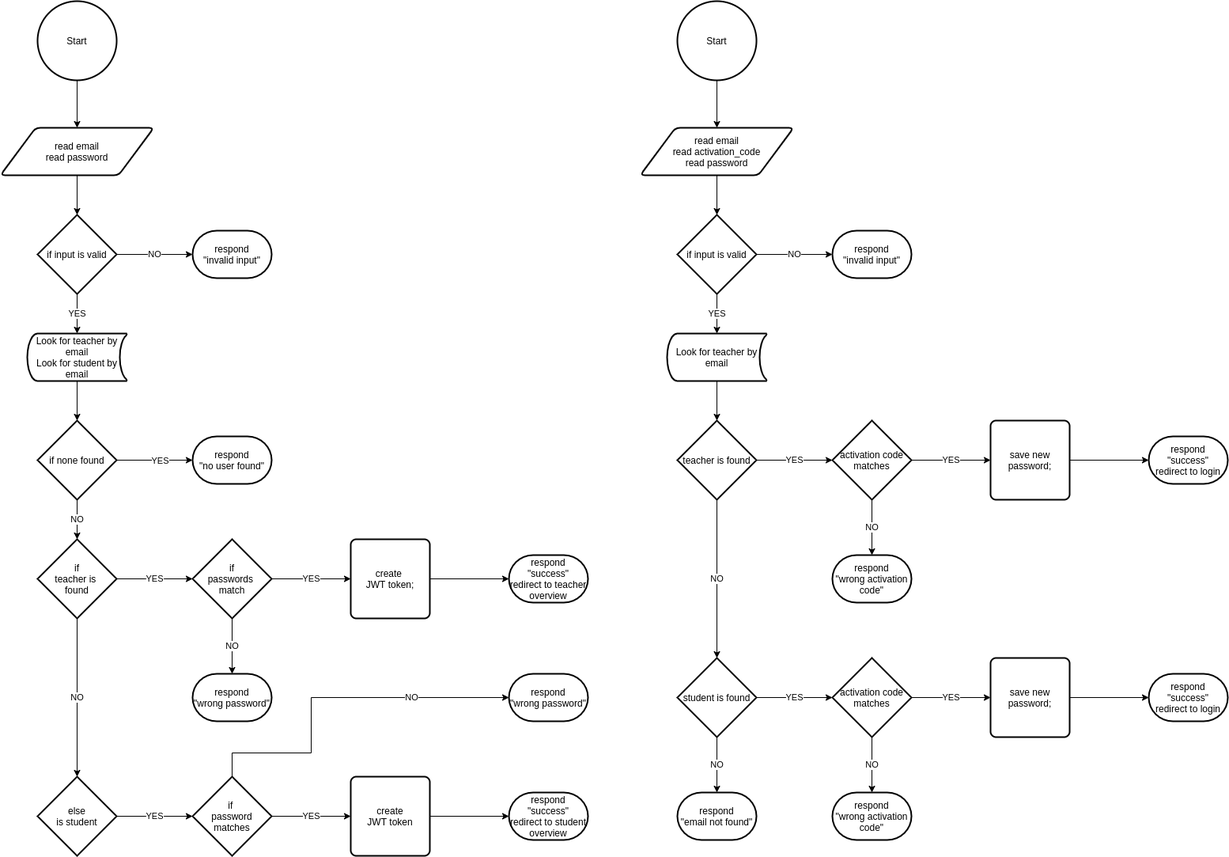
This is docs/auth-flowchart.drawio.png from stefanosAgelastos/multi-db-web-server, a draw.io export, as it was before one commit. Source tidied: cells renumbered, new cells last; positions are measured from the earlier drawing's top-left corner, leaving out a move shared by most shapes. Source of this version:
```xml
<mxGraphModel>
  <root>
    <mxCell id="0" />
    <mxCell id="1" parent="0" />
    <mxCell id="2" style="edgeStyle=orthogonalEdgeStyle;rounded=0;jettySize=auto;html=1;" parent="1" edge="1" source="3" target="5">
      <mxGeometry relative="1" as="geometry" />
    </mxCell>
    <mxCell id="3" value="Start" style="strokeWidth=2;html=1;shape=mxgraph.flowchart.start_2;whiteSpace=wrap;" parent="1" vertex="1">
      <mxGeometry x="47" width="100" height="100" as="geometry" />
    </mxCell>
    <mxCell id="4" style="edgeStyle=orthogonalEdgeStyle;rounded=0;jettySize=auto;html=1;entryX=0.5;entryY=0;entryDx=0;entryDy=0;entryPerimeter=0;" parent="1" edge="1" source="5" target="8">
      <mxGeometry relative="1" as="geometry" />
    </mxCell>
    <mxCell id="5" value="read email&lt;br&gt;read password" style="shape=parallelogram;html=1;strokeWidth=2;perimeter=parallelogramPerimeter;whiteSpace=wrap;rounded=1;arcSize=12;size=0.23;" parent="1" vertex="1">
      <mxGeometry y="160" width="194" height="60" as="geometry" />
    </mxCell>
    <mxCell id="6" value="NO" style="edgeStyle=orthogonalEdgeStyle;rounded=0;jettySize=auto;html=1;" parent="1" edge="1" source="8" target="9">
      <mxGeometry relative="1" as="geometry" />
    </mxCell>
    <mxCell id="7" value="YES" style="edgeStyle=orthogonalEdgeStyle;rounded=0;jettySize=auto;html=1;" parent="1" edge="1" source="8" target="34">
      <mxGeometry relative="1" as="geometry" />
    </mxCell>
    <mxCell id="8" value="if input is valid" style="strokeWidth=2;html=1;shape=mxgraph.flowchart.decision;whiteSpace=wrap;" parent="1" vertex="1">
      <mxGeometry x="47" y="270" width="100" height="100" as="geometry" />
    </mxCell>
    <mxCell id="9" value="respond&lt;br&gt;&quot;invalid input&quot;" style="strokeWidth=2;html=1;shape=mxgraph.flowchart.terminator;whiteSpace=wrap;" parent="1" vertex="1">
      <mxGeometry x="243" y="290" width="100" height="60" as="geometry" />
    </mxCell>
    <mxCell id="10" style="edgeStyle=orthogonalEdgeStyle;rounded=0;jettySize=auto;html=1;" parent="1" edge="1" source="11" target="37">
      <mxGeometry relative="1" as="geometry" />
    </mxCell>
    <mxCell id="11" value="Look for teacher by email" style="strokeWidth=2;html=1;shape=mxgraph.flowchart.stored_data;whiteSpace=wrap;" parent="1" vertex="1">
      <mxGeometry x="843" y="420" width="126" height="60" as="geometry" />
    </mxCell>
    <mxCell id="12" value="YES" style="edgeStyle=orthogonalEdgeStyle;rounded=0;jettySize=auto;html=1;entryX=0;entryY=0.5;entryDx=0;entryDy=0;entryPerimeter=0;" parent="1" edge="1" source="14" target="17">
      <mxGeometry relative="1" as="geometry" />
    </mxCell>
    <mxCell id="13" value="NO" style="edgeStyle=orthogonalEdgeStyle;rounded=0;jettySize=auto;html=1;entryX=0.5;entryY=0;entryDx=0;entryDy=0;entryPerimeter=0;" parent="1" edge="1" source="14" target="22">
      <mxGeometry relative="1" as="geometry" />
    </mxCell>
    <mxCell id="14" value="if&lt;br&gt;teacher is &lt;br&gt;found" style="strokeWidth=2;html=1;shape=mxgraph.flowchart.decision;whiteSpace=wrap;" parent="1" vertex="1">
      <mxGeometry x="47" y="680" width="100" height="100" as="geometry" />
    </mxCell>
    <mxCell id="15" value="YES" style="edgeStyle=orthogonalEdgeStyle;rounded=0;jettySize=auto;html=1;entryX=0;entryY=0.5;entryDx=0;entryDy=0;" parent="1" edge="1" source="17" target="19">
      <mxGeometry relative="1" as="geometry" />
    </mxCell>
    <mxCell id="16" value="NO" style="edgeStyle=orthogonalEdgeStyle;rounded=0;jettySize=auto;html=1;" parent="1" edge="1" source="17" target="63">
      <mxGeometry relative="1" as="geometry" />
    </mxCell>
    <mxCell id="17" value="if&lt;br&gt;passwords &lt;br&gt;match" style="strokeWidth=2;html=1;shape=mxgraph.flowchart.decision;whiteSpace=wrap;" parent="1" vertex="1">
      <mxGeometry x="243" y="680" width="100" height="100" as="geometry" />
    </mxCell>
    <mxCell id="18" style="edgeStyle=orthogonalEdgeStyle;rounded=0;jettySize=auto;html=1;" parent="1" edge="1" source="19" target="20">
      <mxGeometry relative="1" as="geometry" />
    </mxCell>
    <mxCell id="19" value="create &lt;br&gt;JWT token;" style="rounded=1;whiteSpace=wrap;html=1;absoluteArcSize=1;arcSize=14;strokeWidth=2;" parent="1" vertex="1">
      <mxGeometry x="443" y="680" width="100" height="100" as="geometry" />
    </mxCell>
    <mxCell id="20" value="respond&lt;br&gt;&quot;success&quot;&lt;br&gt;redirect to teacher&lt;br&gt;overview" style="strokeWidth=2;html=1;shape=mxgraph.flowchart.terminator;whiteSpace=wrap;" parent="1" vertex="1">
      <mxGeometry x="643" y="700" width="100" height="60" as="geometry" />
    </mxCell>
    <mxCell id="21" value="YES" style="edgeStyle=orthogonalEdgeStyle;rounded=0;jettySize=auto;html=1;" parent="1" edge="1" source="22" target="25">
      <mxGeometry relative="1" as="geometry" />
    </mxCell>
    <mxCell id="22" value="else&lt;br&gt;is student" style="strokeWidth=2;html=1;shape=mxgraph.flowchart.decision;whiteSpace=wrap;" parent="1" vertex="1">
      <mxGeometry x="47" y="980" width="100" height="100" as="geometry" />
    </mxCell>
    <mxCell id="23" value="YES" style="edgeStyle=orthogonalEdgeStyle;rounded=0;jettySize=auto;html=1;entryX=0;entryY=0.5;entryDx=0;entryDy=0;" parent="1" edge="1" source="25" target="27">
      <mxGeometry relative="1" as="geometry" />
    </mxCell>
    <mxCell id="24" value="NO" style="edgeStyle=orthogonalEdgeStyle;rounded=0;jettySize=auto;html=1;entryX=0;entryY=0.5;entryDx=0;entryDy=0;entryPerimeter=0;" parent="1" edge="1" source="25" target="64">
      <mxGeometry x="0.45" relative="1" as="geometry">
        <Array as="points">
          <mxPoint x="293" y="950" />
          <mxPoint x="393" y="950" />
          <mxPoint x="393" y="880" />
        </Array>
      </mxGeometry>
    </mxCell>
    <mxCell id="25" value="if &lt;br&gt;password matches" style="strokeWidth=2;html=1;shape=mxgraph.flowchart.decision;whiteSpace=wrap;" parent="1" vertex="1">
      <mxGeometry x="243" y="980" width="100" height="100" as="geometry" />
    </mxCell>
    <mxCell id="26" style="edgeStyle=orthogonalEdgeStyle;rounded=0;jettySize=auto;html=1;entryX=0;entryY=0.5;entryDx=0;entryDy=0;entryPerimeter=0;" parent="1" edge="1" source="27" target="28">
      <mxGeometry relative="1" as="geometry" />
    </mxCell>
    <mxCell id="27" value="create&lt;br&gt;JWT token" style="rounded=1;whiteSpace=wrap;html=1;absoluteArcSize=1;arcSize=14;strokeWidth=2;" parent="1" vertex="1">
      <mxGeometry x="443" y="980" width="100" height="100" as="geometry" />
    </mxCell>
    <mxCell id="28" value="respond&lt;br&gt;&quot;success&quot;&lt;br&gt;redirect to student&lt;br&gt;overview" style="strokeWidth=2;html=1;shape=mxgraph.flowchart.terminator;whiteSpace=wrap;" parent="1" vertex="1">
      <mxGeometry x="643" y="1000" width="100" height="60" as="geometry" />
    </mxCell>
    <mxCell id="29" value="NO" style="edgeStyle=orthogonalEdgeStyle;rounded=0;jettySize=auto;html=1;" parent="1" edge="1" source="31" target="32">
      <mxGeometry relative="1" as="geometry" />
    </mxCell>
    <mxCell id="30" value="YES" style="edgeStyle=orthogonalEdgeStyle;rounded=0;jettySize=auto;html=1;" parent="1" edge="1" source="31" target="11">
      <mxGeometry relative="1" as="geometry" />
    </mxCell>
    <mxCell id="31" value="if input is valid" style="strokeWidth=2;html=1;shape=mxgraph.flowchart.decision;whiteSpace=wrap;" parent="1" vertex="1">
      <mxGeometry x="856" y="270" width="100" height="100" as="geometry" />
    </mxCell>
    <mxCell id="32" value="respond&lt;br&gt;&quot;invalid input&quot;" style="strokeWidth=2;html=1;shape=mxgraph.flowchart.terminator;whiteSpace=wrap;" parent="1" vertex="1">
      <mxGeometry x="1052" y="290" width="100" height="60" as="geometry" />
    </mxCell>
    <mxCell id="33" style="edgeStyle=orthogonalEdgeStyle;rounded=0;jettySize=auto;html=1;" parent="1" edge="1" source="34" target="61">
      <mxGeometry relative="1" as="geometry" />
    </mxCell>
    <mxCell id="34" value="Look for teacher by email&lt;br&gt;Look for student by email" style="strokeWidth=2;html=1;shape=mxgraph.flowchart.stored_data;whiteSpace=wrap;" parent="1" vertex="1">
      <mxGeometry x="34" y="420" width="126" height="60" as="geometry" />
    </mxCell>
    <mxCell id="35" value="YES" style="edgeStyle=orthogonalEdgeStyle;rounded=0;jettySize=auto;html=1;" parent="1" edge="1" source="37" target="40">
      <mxGeometry relative="1" as="geometry" />
    </mxCell>
    <mxCell id="36" value="NO" style="edgeStyle=orthogonalEdgeStyle;rounded=0;jettySize=auto;html=1;" parent="1" edge="1" source="37" target="46">
      <mxGeometry relative="1" as="geometry" />
    </mxCell>
    <mxCell id="37" value="teacher is found" style="strokeWidth=2;html=1;shape=mxgraph.flowchart.decision;whiteSpace=wrap;" parent="1" vertex="1">
      <mxGeometry x="856" y="530" width="100" height="100" as="geometry" />
    </mxCell>
    <mxCell id="38" value="YES" style="edgeStyle=orthogonalEdgeStyle;rounded=0;jettySize=auto;html=1;entryX=0;entryY=0.5;entryDx=0;entryDy=0;" parent="1" edge="1" source="40" target="42">
      <mxGeometry relative="1" as="geometry" />
    </mxCell>
    <mxCell id="39" value="NO" style="edgeStyle=orthogonalEdgeStyle;rounded=0;jettySize=auto;html=1;" parent="1" edge="1" source="40" target="65">
      <mxGeometry relative="1" as="geometry" />
    </mxCell>
    <mxCell id="40" value="activation code matches" style="strokeWidth=2;html=1;shape=mxgraph.flowchart.decision;whiteSpace=wrap;" parent="1" vertex="1">
      <mxGeometry x="1052" y="530" width="100" height="100" as="geometry" />
    </mxCell>
    <mxCell id="41" style="edgeStyle=orthogonalEdgeStyle;rounded=0;jettySize=auto;html=1;" parent="1" edge="1" source="42" target="43">
      <mxGeometry relative="1" as="geometry" />
    </mxCell>
    <mxCell id="42" value="save new password;" style="rounded=1;whiteSpace=wrap;html=1;absoluteArcSize=1;arcSize=14;strokeWidth=2;" parent="1" vertex="1">
      <mxGeometry x="1252" y="530" width="100" height="100" as="geometry" />
    </mxCell>
    <mxCell id="43" value="respond&lt;br&gt;&quot;success&quot;&lt;br&gt;redirect to login" style="strokeWidth=2;html=1;shape=mxgraph.flowchart.terminator;whiteSpace=wrap;" parent="1" vertex="1">
      <mxGeometry x="1452" y="550" width="100" height="60" as="geometry" />
    </mxCell>
    <mxCell id="44" value="NO" style="edgeStyle=orthogonalEdgeStyle;rounded=0;jettySize=auto;html=1;" parent="1" edge="1" source="46" target="53">
      <mxGeometry relative="1" as="geometry" />
    </mxCell>
    <mxCell id="45" value="YES" style="edgeStyle=orthogonalEdgeStyle;rounded=0;jettySize=auto;html=1;" parent="1" edge="1" source="46" target="49">
      <mxGeometry relative="1" as="geometry" />
    </mxCell>
    <mxCell id="46" value="student is found" style="strokeWidth=2;html=1;shape=mxgraph.flowchart.decision;whiteSpace=wrap;" parent="1" vertex="1">
      <mxGeometry x="856" y="830" width="100" height="100" as="geometry" />
    </mxCell>
    <mxCell id="47" value="YES" style="edgeStyle=orthogonalEdgeStyle;rounded=0;jettySize=auto;html=1;" parent="1" edge="1" source="49" target="51">
      <mxGeometry relative="1" as="geometry" />
    </mxCell>
    <mxCell id="48" value="NO" style="edgeStyle=orthogonalEdgeStyle;rounded=0;jettySize=auto;html=1;" parent="1" edge="1" source="49" target="66">
      <mxGeometry relative="1" as="geometry" />
    </mxCell>
    <mxCell id="49" value="activation code matches" style="strokeWidth=2;html=1;shape=mxgraph.flowchart.decision;whiteSpace=wrap;" parent="1" vertex="1">
      <mxGeometry x="1052" y="830" width="100" height="100" as="geometry" />
    </mxCell>
    <mxCell id="50" style="edgeStyle=orthogonalEdgeStyle;rounded=0;jettySize=auto;html=1;" parent="1" edge="1" source="51" target="52">
      <mxGeometry relative="1" as="geometry" />
    </mxCell>
    <mxCell id="51" value="save new password;" style="rounded=1;whiteSpace=wrap;html=1;absoluteArcSize=1;arcSize=14;strokeWidth=2;" parent="1" vertex="1">
      <mxGeometry x="1252" y="830" width="100" height="100" as="geometry" />
    </mxCell>
    <mxCell id="52" value="respond&lt;br&gt;&quot;success&quot;&lt;br&gt;redirect to login" style="strokeWidth=2;html=1;shape=mxgraph.flowchart.terminator;whiteSpace=wrap;" parent="1" vertex="1">
      <mxGeometry x="1452" y="850" width="100" height="60" as="geometry" />
    </mxCell>
    <mxCell id="53" value="respond&lt;br&gt;&quot;email not found&quot;" style="strokeWidth=2;html=1;shape=mxgraph.flowchart.terminator;whiteSpace=wrap;" parent="1" vertex="1">
      <mxGeometry x="856" y="1000" width="100" height="60" as="geometry" />
    </mxCell>
    <mxCell id="54" style="edgeStyle=orthogonalEdgeStyle;rounded=0;jettySize=auto;html=1;" parent="1" edge="1" source="55" target="31">
      <mxGeometry relative="1" as="geometry" />
    </mxCell>
    <mxCell id="55" value="read email&lt;br&gt;read activation_code&lt;br&gt;read password" style="shape=parallelogram;html=1;strokeWidth=2;perimeter=parallelogramPerimeter;whiteSpace=wrap;rounded=1;arcSize=12;size=0.23;" parent="1" vertex="1">
      <mxGeometry x="809" y="160" width="194" height="60" as="geometry" />
    </mxCell>
    <mxCell id="56" style="edgeStyle=orthogonalEdgeStyle;rounded=0;jettySize=auto;html=1;entryX=0.5;entryY=0;entryDx=0;entryDy=0;" parent="1" edge="1" source="57" target="55">
      <mxGeometry relative="1" as="geometry" />
    </mxCell>
    <mxCell id="57" value="Start" style="strokeWidth=2;html=1;shape=mxgraph.flowchart.start_2;whiteSpace=wrap;" parent="1" vertex="1">
      <mxGeometry x="856" width="100" height="100" as="geometry" />
    </mxCell>
    <mxCell id="58" style="edgeStyle=orthogonalEdgeStyle;rounded=0;jettySize=auto;html=1;" parent="1" edge="1" source="61" target="62">
      <mxGeometry relative="1" as="geometry" />
    </mxCell>
    <mxCell id="59" value="YES" style="edgeLabel;html=1;align=center;verticalAlign=middle;" parent="58" vertex="1">
      <mxGeometry x="0.17" y="-3" relative="1" as="geometry">
        <mxPoint x="-3" y="-3" as="offset" />
      </mxGeometry>
    </mxCell>
    <mxCell id="60" value="NO" style="edgeStyle=orthogonalEdgeStyle;rounded=0;jettySize=auto;html=1;" parent="1" edge="1" source="61" target="14">
      <mxGeometry relative="1" as="geometry" />
    </mxCell>
    <mxCell id="61" value="if none found" style="strokeWidth=2;html=1;shape=mxgraph.flowchart.decision;whiteSpace=wrap;" parent="1" vertex="1">
      <mxGeometry x="47" y="530" width="100" height="100" as="geometry" />
    </mxCell>
    <mxCell id="62" value="respond&lt;br&gt;&quot;no user found&quot;" style="strokeWidth=2;html=1;shape=mxgraph.flowchart.terminator;whiteSpace=wrap;" parent="1" vertex="1">
      <mxGeometry x="243" y="550" width="100" height="60" as="geometry" />
    </mxCell>
    <mxCell id="63" value="respond&lt;br&gt;&quot;wrong password&quot;" style="strokeWidth=2;html=1;shape=mxgraph.flowchart.terminator;whiteSpace=wrap;" parent="1" vertex="1">
      <mxGeometry x="243" y="850" width="100" height="60" as="geometry" />
    </mxCell>
    <mxCell id="64" value="respond&lt;br&gt;&quot;wrong password&quot;" style="strokeWidth=2;html=1;shape=mxgraph.flowchart.terminator;whiteSpace=wrap;" parent="1" vertex="1">
      <mxGeometry x="643" y="850" width="100" height="60" as="geometry" />
    </mxCell>
    <mxCell id="65" value="respond&lt;br&gt;&quot;wrong activation&lt;br&gt;code&quot;" style="strokeWidth=2;html=1;shape=mxgraph.flowchart.terminator;whiteSpace=wrap;" parent="1" vertex="1">
      <mxGeometry x="1052" y="700" width="100" height="60" as="geometry" />
    </mxCell>
    <mxCell id="66" value="respond&lt;br&gt;&quot;wrong activation&lt;br&gt;code&quot;" style="strokeWidth=2;html=1;shape=mxgraph.flowchart.terminator;whiteSpace=wrap;" parent="1" vertex="1">
      <mxGeometry x="1052" y="1000" width="100" height="60" as="geometry" />
    </mxCell>
  </root>
</mxGraphModel>
```
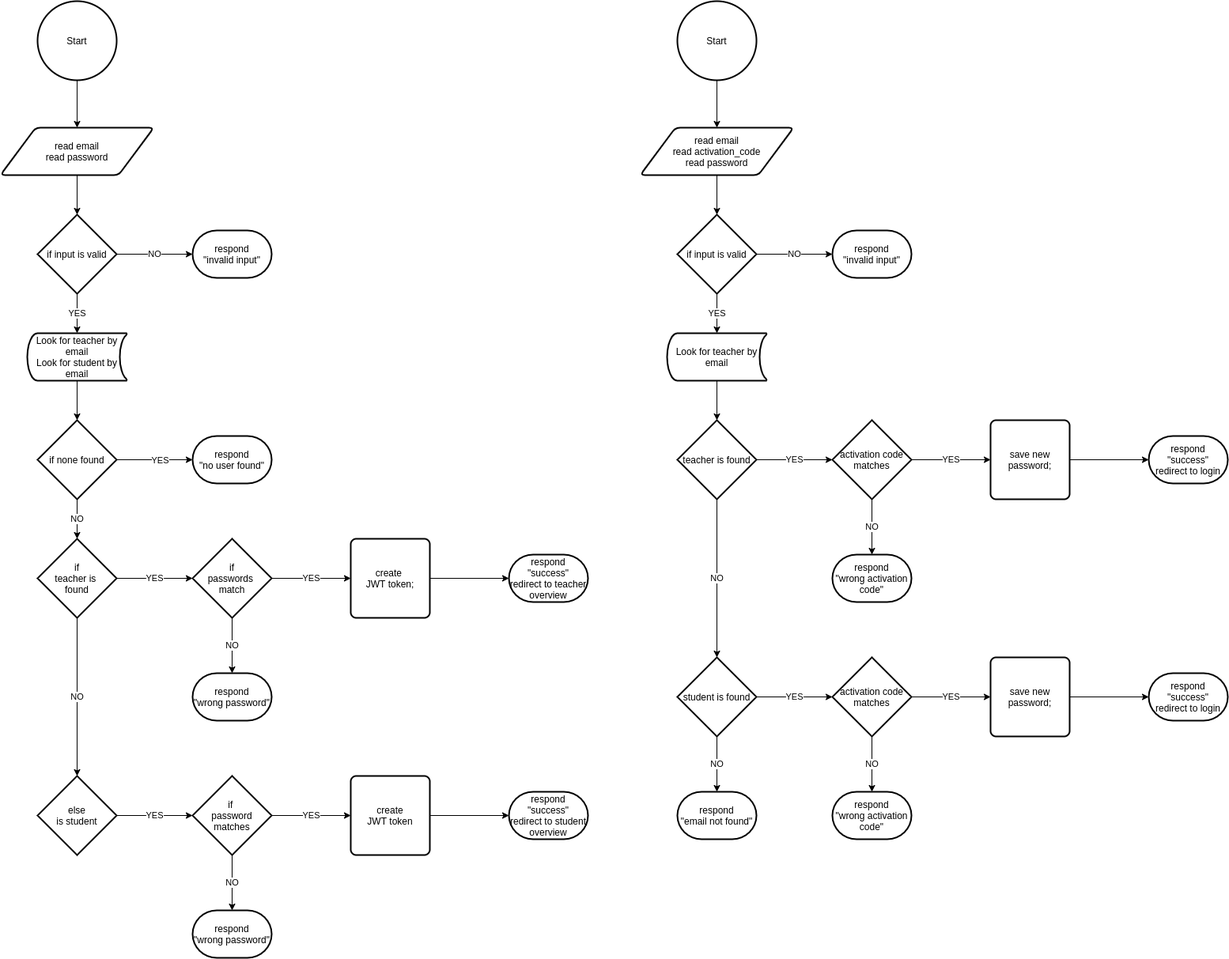
After the change.

The edit, as a diff of the source:
```diff
@@ -68,14 +68,8 @@
     <mxCell id="23" value="YES" style="edgeStyle=orthogonalEdgeStyle;rounded=0;jettySize=auto;html=1;entryX=0;entryY=0.5;entryDx=0;entryDy=0;" parent="1" edge="1" source="25" target="27">
       <mxGeometry relative="1" as="geometry" />
     </mxCell>
-    <mxCell id="24" value="NO" style="edgeStyle=orthogonalEdgeStyle;rounded=0;jettySize=auto;html=1;entryX=0;entryY=0.5;entryDx=0;entryDy=0;entryPerimeter=0;" parent="1" edge="1" source="25" target="64">
-      <mxGeometry x="0.45" relative="1" as="geometry">
-        <Array as="points">
-          <mxPoint x="293" y="950" />
-          <mxPoint x="393" y="950" />
-          <mxPoint x="393" y="880" />
-        </Array>
-      </mxGeometry>
+    <mxCell id="24" value="NO" style="edgeStyle=orthogonalEdgeStyle;rounded=0;jettySize=auto;html=1;entryX=0.5;entryY=0;entryDx=0;entryDy=0;entryPerimeter=0;" parent="1" edge="1" source="25" target="64">
+      <mxGeometry relative="1" as="geometry" />
     </mxCell>
     <mxCell id="25" value="if &lt;br&gt;password matches" style="strokeWidth=2;html=1;shape=mxgraph.flowchart.decision;whiteSpace=wrap;" parent="1" vertex="1">
       <mxGeometry x="243" y="980" width="100" height="100" as="geometry" />
@@ -197,7 +191,7 @@
       <mxGeometry x="243" y="850" width="100" height="60" as="geometry" />
     </mxCell>
     <mxCell id="64" value="respond&lt;br&gt;&quot;wrong password&quot;" style="strokeWidth=2;html=1;shape=mxgraph.flowchart.terminator;whiteSpace=wrap;" parent="1" vertex="1">
-      <mxGeometry x="643" y="850" width="100" height="60" as="geometry" />
+      <mxGeometry x="243" y="1150" width="100" height="60" as="geometry" />
     </mxCell>
     <mxCell id="65" value="respond&lt;br&gt;&quot;wrong activation&lt;br&gt;code&quot;" style="strokeWidth=2;html=1;shape=mxgraph.flowchart.terminator;whiteSpace=wrap;" parent="1" vertex="1">
       <mxGeometry x="1052" y="700" width="100" height="60" as="geometry" />
```
